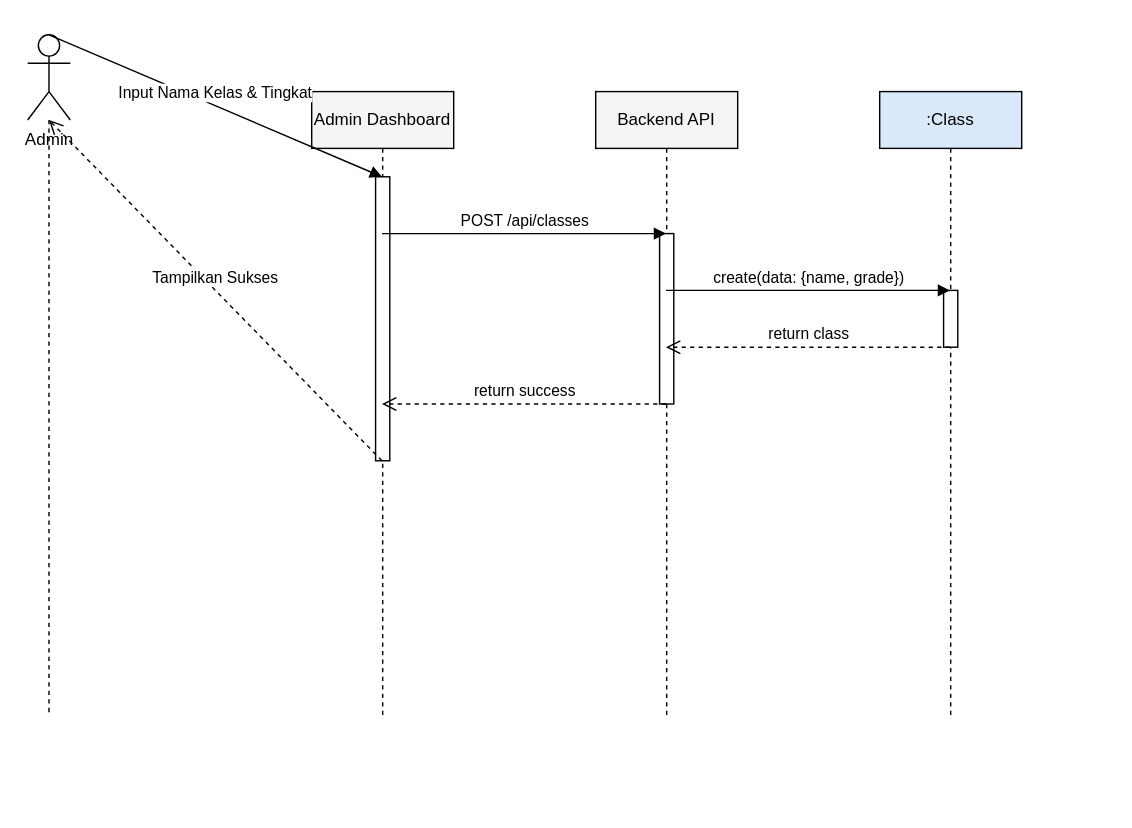
This is docs/sequence_admin_create_class.drawio from muhammaddzaki123/adminkassmpit, a draw.io file, before an edit. Source tidied: cells renumbered, new cells numbered last; positions are measured from the earlier drawing's top-left corner, leaving out a move shared by most shapes. Both pictures are drawn from the tidied source at 142%, with x=0, y=0 at pixel (27, 34).
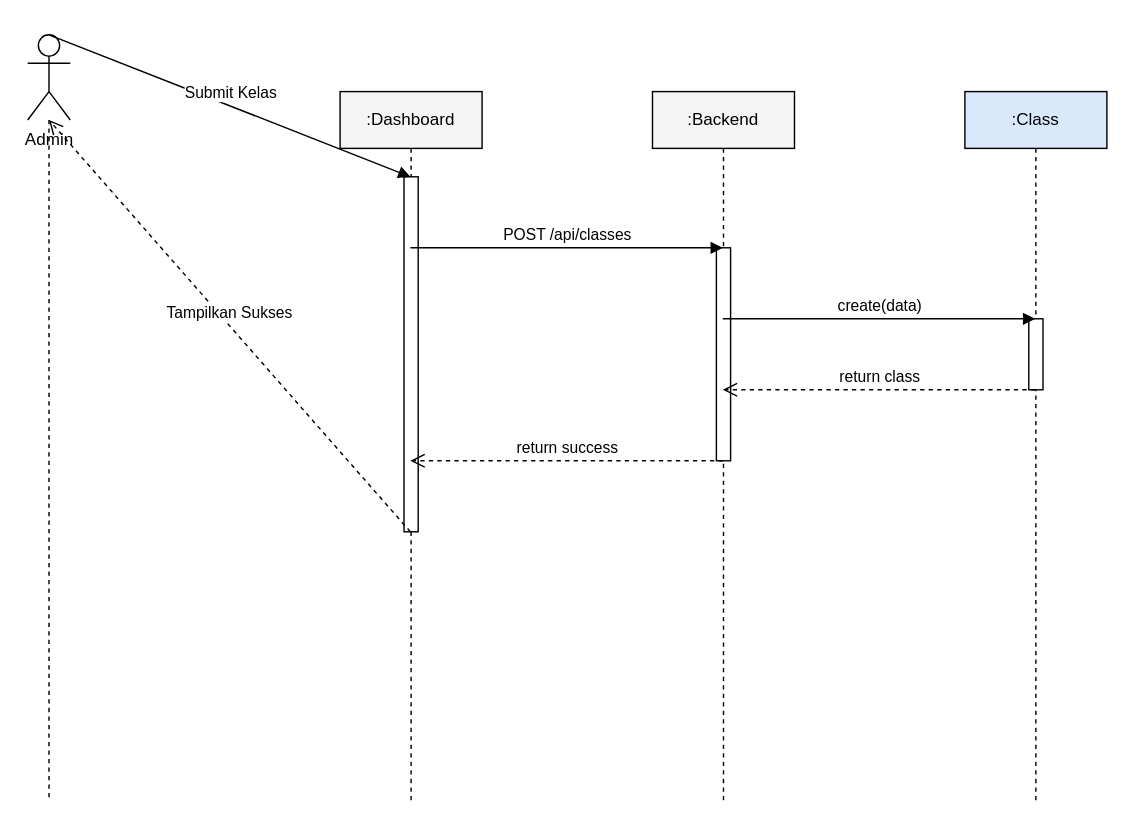
Above is the later version.

Diff of the diagram source:
```diff
@@
 <mxGraphModel>
   <root>
     <mxCell id="0" />
     <mxCell id="1" parent="0" />
     <mxCell id="2" value="Admin" style="shape=umlActor;verticalLabelPosition=bottom;verticalAlign=top;html=1;outlineConnect=0;" parent="1" vertex="1">
       <mxGeometry width="30" height="60" as="geometry" />
     </mxCell>
     <mxCell id="3" style="endArrow=none;dashed=1;html=1;" parent="1" edge="1" source="2">
       <mxGeometry relative="1" as="geometry">
-        <mxPoint x="15" y="480" as="targetPoint" />
+        <mxPoint x="15" y="540" as="targetPoint" />
       </mxGeometry>
     </mxCell>
-    <mxCell id="4" value="Admin Dashboard" style="shape=umlLifeline;perimeter=lifelinePerimeter;whiteSpace=wrap;html=1;outlineConnect=0;fillColor=#f5f5f5;" parent="1" vertex="1">
-      <mxGeometry x="200" y="40" width="100" height="440" as="geometry" />
+    <mxCell id="4" value=":Dashboard" style="shape=umlLifeline;perimeter=lifelinePerimeter;whiteSpace=wrap;html=1;outlineConnect=0;fillColor=#f5f5f5;" parent="1" vertex="1">
+      <mxGeometry x="220" y="40" width="100" height="500" as="geometry" />
     </mxCell>
-    <mxCell id="5" value="Backend API" style="shape=umlLifeline;perimeter=lifelinePerimeter;whiteSpace=wrap;html=1;outlineConnect=0;fillColor=#f5f5f5;" parent="1" vertex="1">
-      <mxGeometry x="400" y="40" width="100" height="440" as="geometry" />
+    <mxCell id="5" value=":Backend" style="shape=umlLifeline;perimeter=lifelinePerimeter;whiteSpace=wrap;html=1;outlineConnect=0;fillColor=#f5f5f5;" parent="1" vertex="1">
+      <mxGeometry x="440" y="40" width="100" height="500" as="geometry" />
     </mxCell>
     <mxCell id="6" value=":Class" style="shape=umlLifeline;perimeter=lifelinePerimeter;whiteSpace=wrap;html=1;outlineConnect=0;fillColor=#dae8fc;" parent="1" vertex="1">
-      <mxGeometry x="600" y="40" width="100" height="440" as="geometry" />
+      <mxGeometry x="660" y="40" width="100" height="500" as="geometry" />
     </mxCell>
     <mxCell id="7" style="html=1;perimeter=orthogonalPerimeter;fillColor=#FFFFFF;strokeColor=#000000;" parent="1" vertex="1">
-      <mxGeometry x="645" y="180" width="10" height="40" as="geometry" />
+      <mxGeometry x="705" y="200" width="10" height="50" as="geometry" />
     </mxCell>
     <mxCell id="8" style="html=1;perimeter=orthogonalPerimeter;fillColor=#FFFFFF;strokeColor=#000000;" parent="1" vertex="1">
-      <mxGeometry x="445" y="140" width="10" height="120" as="geometry" />
+      <mxGeometry x="485" y="150" width="10" height="150" as="geometry" />
     </mxCell>
     <mxCell id="9" style="html=1;perimeter=orthogonalPerimeter;fillColor=#FFFFFF;strokeColor=#000000;" parent="1" vertex="1">
-      <mxGeometry x="245" y="100" width="10" height="200" as="geometry" />
+      <mxGeometry x="265" y="100" width="10" height="250" as="geometry" />
     </mxCell>
-    <mxCell id="10" value="Input Nama Kelas &amp; Tingkat" style="html=1;verticalAlign=bottom;endArrow=block;rounded=0;entryX=0.5;entryY=0.13636363636363635;exitX=0.5;exitY=0.13636363636363635;" parent="1" edge="1" source="2" target="4">
+    <mxCell id="10" value="Submit Kelas" style="html=1;verticalAlign=bottom;endArrow=block;rounded=0;entryX=0.5;entryY=0.12;exitX=0.5;exitY=0.12;" parent="1" edge="1" source="2" target="4">
       <mxGeometry relative="1" as="geometry" />
     </mxCell>
-    <mxCell id="11" value="POST /api/classes" style="html=1;verticalAlign=bottom;endArrow=block;rounded=0;entryX=0.5;entryY=0.22727272727272727;exitX=0.5;exitY=0.22727272727272727;" parent="1" edge="1" source="4" target="5">
+    <mxCell id="11" value="POST /api/classes" style="html=1;verticalAlign=bottom;endArrow=block;rounded=0;entryX=0.5;entryY=0.22;exitX=0.5;exitY=0.22;" parent="1" edge="1" source="4" target="5">
       <mxGeometry relative="1" as="geometry" />
     </mxCell>
-    <mxCell id="12" value="create(data: {name, grade})" style="html=1;verticalAlign=bottom;endArrow=block;rounded=0;entryX=0.5;entryY=0.3181818181818182;exitX=0.5;exitY=0.3181818181818182;" parent="1" edge="1" source="5" target="6">
+    <mxCell id="12" value="create(data)" style="html=1;verticalAlign=bottom;endArrow=block;rounded=0;entryX=0.5;entryY=0.32;exitX=0.5;exitY=0.32;" parent="1" edge="1" source="5" target="6">
       <mxGeometry relative="1" as="geometry" />
     </mxCell>
-    <mxCell id="13" value="return class" style="html=1;verticalAlign=bottom;endArrow=open;dashed=1;endSize=8;rounded=0;entryX=0.5;entryY=0.4090909090909091;exitX=0.5;exitY=0.4090909090909091;" parent="1" edge="1" source="6" target="5">
+    <mxCell id="13" value="return class" style="html=1;verticalAlign=bottom;endArrow=open;dashed=1;endSize=8;rounded=0;entryX=0.5;entryY=0.42;exitX=0.5;exitY=0.42;" parent="1" edge="1" source="6" target="5">
       <mxGeometry relative="1" as="geometry" />
     </mxCell>
-    <mxCell id="14" value="return success" style="html=1;verticalAlign=bottom;endArrow=open;dashed=1;endSize=8;rounded=0;entryX=0.5;entryY=0.5;exitX=0.5;exitY=0.5;" parent="1" edge="1" source="5" target="4">
+    <mxCell id="14" value="return success" style="html=1;verticalAlign=bottom;endArrow=open;dashed=1;endSize=8;rounded=0;entryX=0.5;entryY=0.52;exitX=0.5;exitY=0.52;" parent="1" edge="1" source="5" target="4">
       <mxGeometry relative="1" as="geometry" />
     </mxCell>
-    <mxCell id="15" value="Tampilkan Sukses" style="html=1;verticalAlign=bottom;endArrow=open;dashed=1;endSize=8;rounded=0;entryX=0.5;entryY=0.5909090909090909;exitX=0.5;exitY=0.5909090909090909;" parent="1" edge="1" source="4" target="2">
+    <mxCell id="15" value="Tampilkan Sukses" style="html=1;verticalAlign=bottom;endArrow=open;dashed=1;endSize=8;rounded=0;entryX=0.5;entryY=0.62;exitX=0.5;exitY=0.62;" parent="1" edge="1" source="4" target="2">
       <mxGeometry relative="1" as="geometry" />
     </mxCell>
   </root>
 </mxGraphModel>
```
